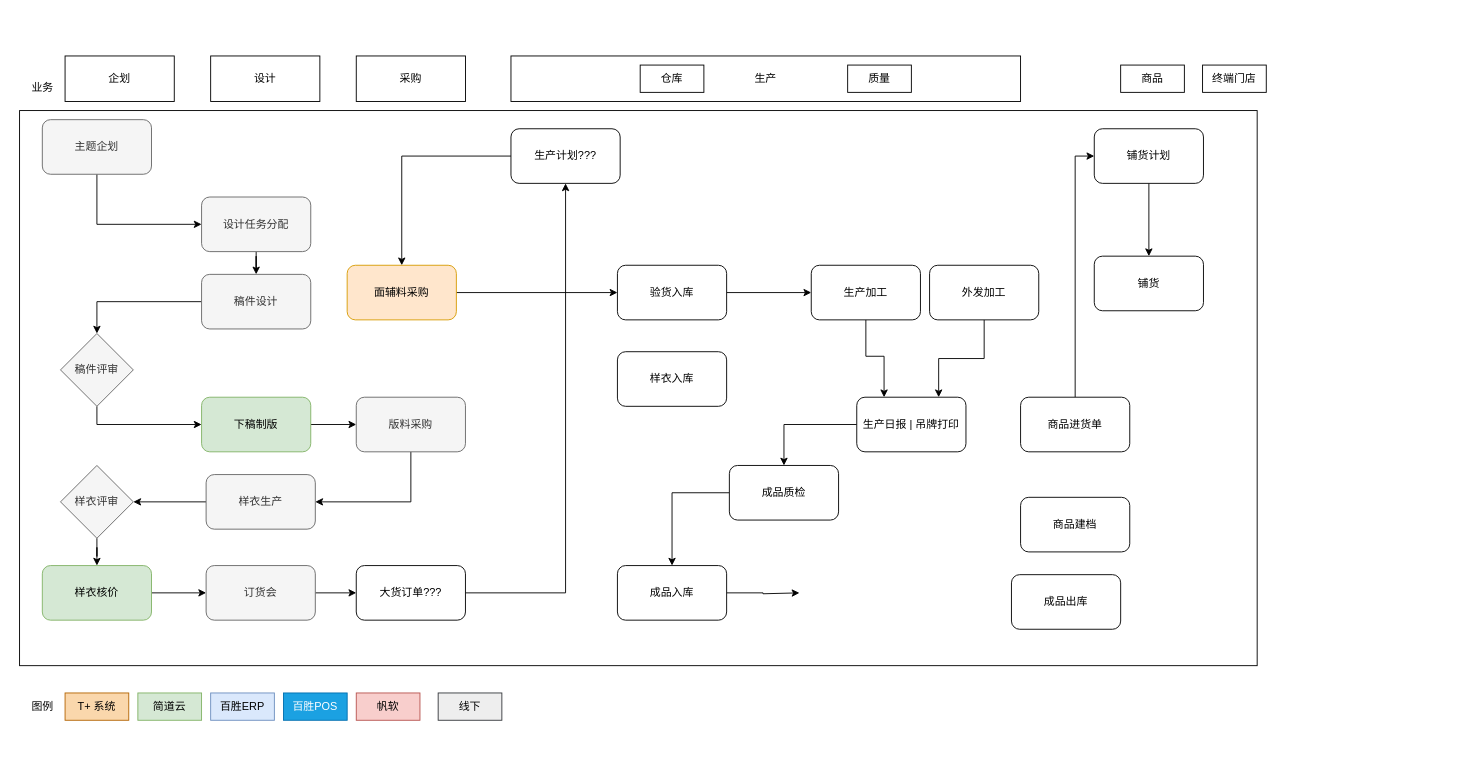
The draw.io diagram IT 系统状况.drawio in leonhard1Q84/leonhard1Q84.github.io, before the edit. Source tidied: cells renumbered, new cells numbered last; positions are measured from the earlier drawing's top-left corner, leaving out a move shared by most shapes. Both pictures are drawn from the tidied source at 91%, with x=0, y=0 at pixel (19, 56).
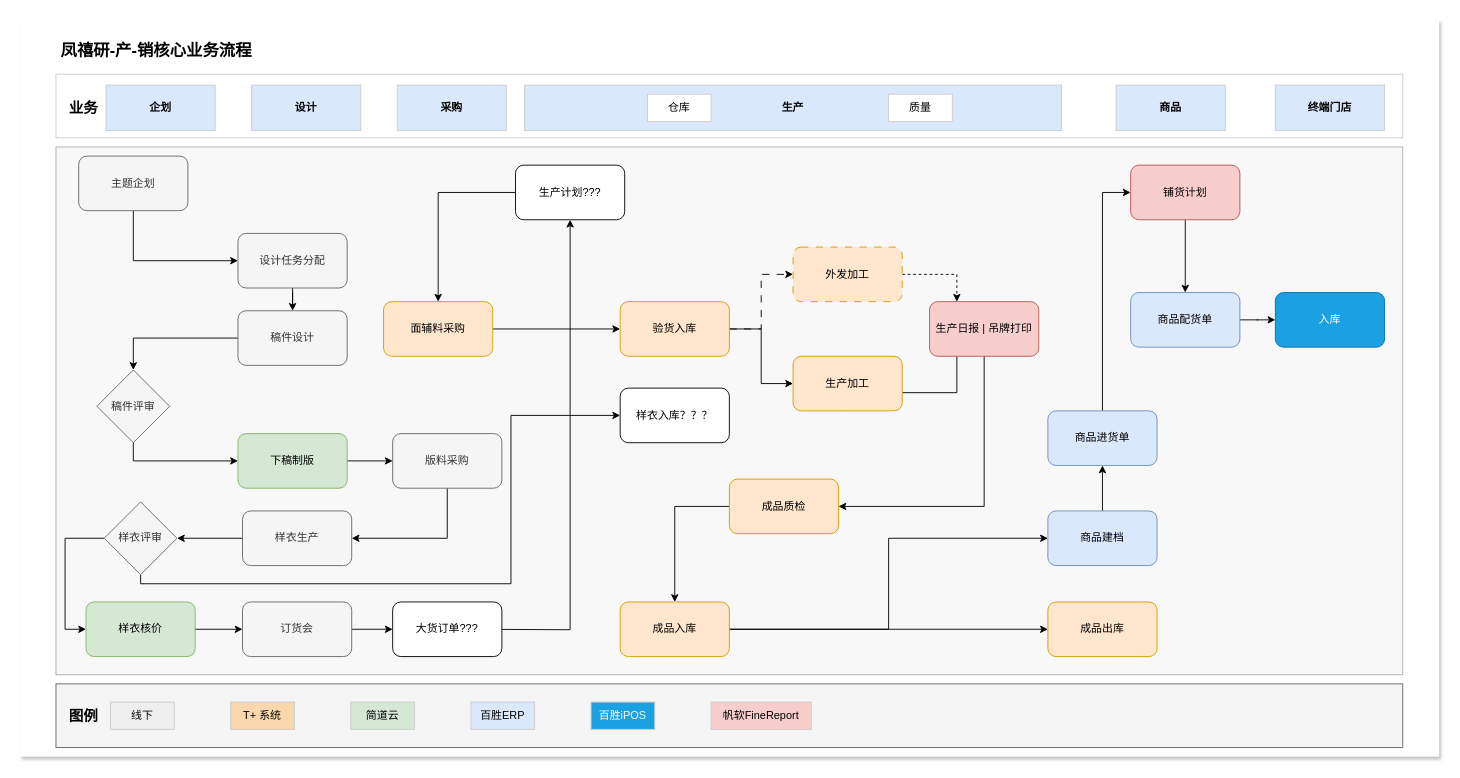
The same page after the edit.

Commit message (it also covers changes not shown here):
更新IT 系统状况.drawio

The edit, as a diff of the source:
```diff
@@
-    <mxCell id="2" style="rounded=0;whiteSpace=wrap;html=1;" parent="1" vertex="1">
-      <mxGeometry y="60" width="1360" height="610" as="geometry" />
-    </mxCell>
-    <mxCell id="3" value="图例" style="text;html=1;align=center;verticalAlign=middle;strokeColor=none;fillColor=none;" parent="1" vertex="1">
-      <mxGeometry y="700" width="50" height="30" as="geometry" />
-    </mxCell>
-    <mxCell id="4" value="T+ 系统" style="rounded=0;whiteSpace=wrap;html=1;fillColor=#fad7ac;strokeColor=#b46504;" parent="1" vertex="1">
-      <mxGeometry x="50" y="700" width="70" height="30" as="geometry" />
-    </mxCell>
-    <mxCell id="5" value="简道云" style="rounded=0;whiteSpace=wrap;html=1;fillColor=#d5e8d4;strokeColor=#82b366;" parent="1" vertex="1">
-      <mxGeometry x="130" y="700" width="70" height="30" as="geometry" />
-    </mxCell>
-    <mxCell id="6" value="百胜ERP" style="rounded=0;whiteSpace=wrap;html=1;fillColor=#dae8fc;strokeColor=#6c8ebf;" parent="1" vertex="1">
-      <mxGeometry x="210" y="700" width="70" height="30" as="geometry" />
-    </mxCell>
-    <mxCell id="7" value="百胜POS" style="rounded=0;whiteSpace=wrap;html=1;fillColor=#1ba1e2;fontColor=#ffffff;strokeColor=#006EAF;" parent="1" vertex="1">
-      <mxGeometry x="290" y="700" width="70" height="30" as="geometry" />
-    </mxCell>
-    <mxCell id="8" value="帆软" style="rounded=0;whiteSpace=wrap;html=1;fillColor=#f8cecc;strokeColor=#b85450;" parent="1" vertex="1">
-      <mxGeometry x="370" y="700" width="70" height="30" as="geometry" />
-    </mxCell>
-    <mxCell id="9" value="企划" style="rounded=0;whiteSpace=wrap;html=1;" parent="1" vertex="1">
-      <mxGeometry x="50" width="120" height="50" as="geometry" />
-    </mxCell>
-    <mxCell id="10" value="业务" style="text;html=1;align=center;verticalAlign=middle;strokeColor=none;fillColor=none;" parent="1" vertex="1">
-      <mxGeometry y="20" width="50" height="30" as="geometry" />
-    </mxCell>
-    <mxCell id="11" value="设计" style="rounded=0;whiteSpace=wrap;html=1;" parent="1" vertex="1">
-      <mxGeometry x="210" width="120" height="50" as="geometry" />
-    </mxCell>
-    <mxCell id="12" value="生产" style="rounded=0;whiteSpace=wrap;html=1;" parent="1" vertex="1">
-      <mxGeometry x="540" width="560" height="50" as="geometry" />
-    </mxCell>
-    <mxCell id="13" value="采购" style="rounded=0;whiteSpace=wrap;html=1;" parent="1" vertex="1">
-      <mxGeometry x="370" width="120" height="50" as="geometry" />
-    </mxCell>
-    <mxCell id="14" value="仓库" style="rounded=0;whiteSpace=wrap;html=1;" parent="1" vertex="1">
-      <mxGeometry x="682" y="10" width="70" height="30" as="geometry" />
-    </mxCell>
-    <mxCell id="15" value="商品" style="rounded=0;whiteSpace=wrap;html=1;" parent="1" vertex="1">
-      <mxGeometry x="1210" y="10" width="70" height="30" as="geometry" />
-    </mxCell>
-    <mxCell id="16" value="终端门店" style="rounded=0;whiteSpace=wrap;html=1;" parent="1" vertex="1">
-      <mxGeometry x="1300" y="10" width="70" height="30" as="geometry" />
-    </mxCell>
+    <mxCell id="65" style="rounded=0;whiteSpace=wrap;html=1;fontColor=default;strokeColor=none;shadow=1;" parent="1" vertex="1">
+      <mxGeometry y="-40" width="1560" height="810" as="geometry" />
+    </mxCell>
+    <mxCell id="66" value="凤禧研-产-销核心业务流程" style="text;html=1;align=center;verticalAlign=middle;strokeColor=none;fillColor=none;fontStyle=1;fontSize=18;" parent="1" vertex="1">
+      <mxGeometry x="35" y="-25" width="230" height="40" as="geometry" />
+    </mxCell>
+    <mxCell id="67" style="rounded=0;whiteSpace=wrap;html=1;strokeColor=#36393d;fillColor=#eeeeee;opacity=40;" parent="1" vertex="1">
+      <mxGeometry x="40" y="100" width="1480" height="580" as="geometry" />
+    </mxCell>
@@
     <mxCell id="18" value="主题企划" style="rounded=1;whiteSpace=wrap;html=1;fillColor=#f5f5f5;fontColor=#333333;strokeColor=#666666;" parent="1" vertex="1">
-      <mxGeometry x="25" y="70" width="120" height="60" as="geometry" />
+      <mxGeometry x="65" y="110" width="120" height="60" as="geometry" />
     </mxCell>
@@
     <mxCell id="20" value="设计任务分配" style="rounded=1;whiteSpace=wrap;html=1;fillColor=#f5f5f5;fontColor=#333333;strokeColor=#666666;" parent="1" vertex="1">
-      <mxGeometry x="200" y="155" width="120" height="60" as="geometry" />
+      <mxGeometry x="240" y="195" width="120" height="60" as="geometry" />
     </mxCell>
-    <mxCell id="21" value="线下" style="rounded=0;whiteSpace=wrap;html=1;fillColor=#eeeeee;strokeColor=#36393d;" parent="1" vertex="1">
-      <mxGeometry x="460" y="700" width="70" height="30" as="geometry" />
-    </mxCell>
@@
     <mxCell id="23" value="稿件设计" style="rounded=1;whiteSpace=wrap;html=1;fillColor=#f5f5f5;fontColor=#333333;strokeColor=#666666;" parent="1" vertex="1">
-      <mxGeometry x="200" y="240" width="120" height="60" as="geometry" />
+      <mxGeometry x="240" y="280" width="120" height="60" as="geometry" />
     </mxCell>
@@
     <mxCell id="25" value="稿件评审" style="rhombus;whiteSpace=wrap;html=1;fillColor=#f5f5f5;fontColor=#333333;strokeColor=#666666;" parent="1" vertex="1">
-      <mxGeometry x="45" y="305" width="80" height="80" as="geometry" />
+      <mxGeometry x="85" y="345" width="80" height="80" as="geometry" />
     </mxCell>
@@
     <mxCell id="27" value="下稿制版" style="rounded=1;whiteSpace=wrap;html=1;fillColor=#d5e8d4;strokeColor=#82b366;" parent="1" vertex="1">
-      <mxGeometry x="200" y="375" width="120" height="60" as="geometry" />
+      <mxGeometry x="240" y="415" width="120" height="60" as="geometry" />
     </mxCell>
@@
     <mxCell id="29" value="版料采购" style="rounded=1;whiteSpace=wrap;html=1;fillColor=#f5f5f5;fontColor=#333333;strokeColor=#666666;" parent="1" vertex="1">
-      <mxGeometry x="370" y="375" width="120" height="60" as="geometry" />
+      <mxGeometry x="410" y="415" width="120" height="60" as="geometry" />
     </mxCell>
@@
     <mxCell id="31" value="样衣生产" style="rounded=1;whiteSpace=wrap;html=1;fillColor=#f5f5f5;fontColor=#333333;strokeColor=#666666;" parent="1" vertex="1">
-      <mxGeometry x="205" y="460" width="120" height="60" as="geometry" />
+      <mxGeometry x="245" y="500" width="120" height="60" as="geometry" />
     </mxCell>
+    <mxCell id="68" style="edgeStyle=orthogonalEdgeStyle;rounded=0;jettySize=auto;html=1;entryX=0;entryY=0.5;entryDx=0;entryDy=0;exitX=0.5;exitY=1;exitDx=0;exitDy=0;" parent="1" edge="1" source="33" target="76">
+      <mxGeometry relative="1" as="geometry">
+        <Array as="points">
+          <mxPoint x="133" y="580" />
+          <mxPoint x="540" y="580" />
+          <mxPoint x="540" y="395" />
+        </Array>
+      </mxGeometry>
+    </mxCell>
-    <mxCell id="32" style="edgeStyle=orthogonalEdgeStyle;rounded=0;jettySize=auto;html=1;" parent="1" edge="1" source="33" target="53">
-      <mxGeometry relative="1" as="geometry" />
+    <mxCell id="32" style="edgeStyle=orthogonalEdgeStyle;rounded=0;jettySize=auto;html=1;entryX=0;entryY=0.5;entryDx=0;entryDy=0;exitX=0;exitY=0.5;exitDx=0;exitDy=0;" parent="1" edge="1" source="33" target="53">
+      <mxGeometry relative="1" as="geometry">
+        <Array as="points">
+          <mxPoint x="50" y="530" />
+          <mxPoint x="50" y="630" />
+        </Array>
+      </mxGeometry>
     </mxCell>
     <mxCell id="33" value="样衣评审" style="rhombus;whiteSpace=wrap;html=1;fillColor=#f5f5f5;fontColor=#333333;strokeColor=#666666;" parent="1" vertex="1">
-      <mxGeometry x="45" y="450" width="80" height="80" as="geometry" />
+      <mxGeometry x="93" y="490" width="80" height="80" as="geometry" />
     </mxCell>
@@
     <mxCell id="35" value="订货会" style="rounded=1;whiteSpace=wrap;html=1;fillColor=#f5f5f5;fontColor=#333333;strokeColor=#666666;" parent="1" vertex="1">
-      <mxGeometry x="205" y="560" width="120" height="60" as="geometry" />
+      <mxGeometry x="245" y="600" width="120" height="60" as="geometry" />
     </mxCell>
-    <mxCell id="36" style="edgeStyle=orthogonalEdgeStyle;rounded=0;jettySize=auto;html=1;entryX=0.5;entryY=1;entryDx=0;entryDy=0;" parent="1" edge="1" source="37" target="57">
-      <mxGeometry relative="1" as="geometry" />
-    </mxCell>
+    <mxCell id="69" style="edgeStyle=orthogonalEdgeStyle;rounded=0;jettySize=auto;html=1;entryX=0.5;entryY=1;entryDx=0;entryDy=0;" parent="1" edge="1" target="57">
+      <mxGeometry relative="1" as="geometry">
+        <mxPoint x="495" y="630" as="sourcePoint" />
+      </mxGeometry>
+    </mxCell>
     <mxCell id="37" value="大货订单???" style="rounded=1;whiteSpace=wrap;html=1;" parent="1" vertex="1">
-      <mxGeometry x="370" y="560" width="120" height="60" as="geometry" />
+      <mxGeometry x="410" y="600" width="120" height="60" as="geometry" />
     </mxCell>
@@
     <mxCell id="39" value="面辅料采购" style="rounded=1;whiteSpace=wrap;html=1;fillColor=#ffe6cc;strokeColor=#d79b00;" parent="1" vertex="1">
-      <mxGeometry x="360" y="230" width="120" height="60" as="geometry" />
+      <mxGeometry x="400" y="270" width="120" height="60" as="geometry" />
     </mxCell>
@@
+    <mxCell id="70" style="edgeStyle=orthogonalEdgeStyle;rounded=0;jettySize=auto;html=1;dashed=1;dashPattern=8 8;" parent="1" edge="1" source="41" target="45">
+      <mxGeometry relative="1" as="geometry" />
+    </mxCell>
-    <mxCell id="41" value="验货入库" style="rounded=1;whiteSpace=wrap;html=1;" parent="1" vertex="1">
-      <mxGeometry x="657" y="230" width="120" height="60" as="geometry" />
+    <mxCell id="41" value="验货入库" style="rounded=1;whiteSpace=wrap;html=1;fillColor=#ffe6cc;strokeColor=#d79b00;" parent="1" vertex="1">
+      <mxGeometry x="660" y="270" width="120" height="60" as="geometry" />
     </mxCell>
     <mxCell id="42" style="edgeStyle=orthogonalEdgeStyle;rounded=0;jettySize=auto;html=1;exitX=0.5;exitY=1;exitDx=0;exitDy=0;entryX=0.25;entryY=0;entryDx=0;entryDy=0;" parent="1" edge="1" source="43" target="60">
       <mxGeometry relative="1" as="geometry">
         <Array as="points">
-          <mxPoint x="930" y="330" />
-          <mxPoint x="950" y="330" />
+          <mxPoint x="970" y="370" />
+          <mxPoint x="990" y="370" />
         </Array>
       </mxGeometry>
     </mxCell>
-    <mxCell id="43" value="生产加工" style="rounded=1;whiteSpace=wrap;html=1;" parent="1" vertex="1">
-      <mxGeometry x="870" y="230" width="120" height="60" as="geometry" />
+    <mxCell id="43" value="生产加工" style="rounded=1;whiteSpace=wrap;html=1;fillColor=#ffe6cc;strokeColor=#d79b00;" parent="1" vertex="1">
+      <mxGeometry x="850" y="330" width="120" height="60" as="geometry" />
     </mxCell>
-    <mxCell id="44" style="edgeStyle=orthogonalEdgeStyle;rounded=0;jettySize=auto;html=1;entryX=0.75;entryY=0;entryDx=0;entryDy=0;" parent="1" edge="1" source="45" target="60">
+    <mxCell id="44" style="edgeStyle=orthogonalEdgeStyle;rounded=0;jettySize=auto;html=1;entryX=0.25;entryY=0;entryDx=0;entryDy=0;dashed=1;" parent="1" edge="1" source="45" target="60">
       <mxGeometry relative="1" as="geometry" />
     </mxCell>
-    <mxCell id="45" value="外发加工" style="rounded=1;whiteSpace=wrap;html=1;" parent="1" vertex="1">
-      <mxGeometry x="1000" y="230" width="120" height="60" as="geometry" />
+    <mxCell id="45" value="外发加工" style="rounded=1;whiteSpace=wrap;html=1;fillColor=#ffe6cc;strokeColor=#d79b00;dashed=1;dashPattern=8 8;" parent="1" vertex="1">
+      <mxGeometry x="850" y="210" width="120" height="60" as="geometry" />
     </mxCell>
-    <mxCell id="46" style="edgeStyle=orthogonalEdgeStyle;rounded=0;jettySize=auto;html=1;" parent="1" edge="1" source="47" target="55">
+    <mxCell id="46" style="edgeStyle=orthogonalEdgeStyle;rounded=0;jettySize=auto;html=1;exitX=0;exitY=0.5;exitDx=0;exitDy=0;" parent="1" edge="1" source="47" target="55">
       <mxGeometry relative="1" as="geometry" />
     </mxCell>
-    <mxCell id="47" value="成品质检" style="rounded=1;whiteSpace=wrap;html=1;" parent="1" vertex="1">
-      <mxGeometry x="780" y="450" width="120" height="60" as="geometry" />
+    <mxCell id="47" value="成品质检" style="rounded=1;whiteSpace=wrap;html=1;fillColor=#ffe6cc;strokeColor=#d79b00;" parent="1" vertex="1">
+      <mxGeometry x="780" y="465" width="120" height="60" as="geometry" />
     </mxCell>
@@
-    <mxCell id="49" value="商品进货单" style="rounded=1;whiteSpace=wrap;html=1;" parent="1" vertex="1">
-      <mxGeometry x="1100" y="375" width="120" height="60" as="geometry" />
+    <mxCell id="49" value="商品进货单" style="rounded=1;whiteSpace=wrap;html=1;fillColor=#dae8fc;strokeColor=#6c8ebf;" parent="1" vertex="1">
+      <mxGeometry x="1130" y="390" width="120" height="60" as="geometry" />
     </mxCell>
-    <mxCell id="50" style="edgeStyle=orthogonalEdgeStyle;rounded=0;jettySize=auto;html=1;" parent="1" edge="1" source="51" target="58">
-      <mxGeometry relative="1" as="geometry" />
-    </mxCell>
+    <mxCell id="71" style="edgeStyle=orthogonalEdgeStyle;rounded=0;jettySize=auto;html=1;" parent="1" edge="1" source="51" target="75">
+      <mxGeometry relative="1" as="geometry" />
+    </mxCell>
-    <mxCell id="51" value="铺货计划" style="rounded=1;whiteSpace=wrap;html=1;" parent="1" vertex="1">
-      <mxGeometry x="1181" y="80" width="120" height="60" as="geometry" />
+    <mxCell id="51" value="铺货计划" style="rounded=1;whiteSpace=wrap;html=1;fillColor=#f8cecc;strokeColor=#b85450;" parent="1" vertex="1">
+      <mxGeometry x="1221" y="120" width="120" height="60" as="geometry" />
     </mxCell>
@@
     <mxCell id="53" value="样衣核价" style="rounded=1;whiteSpace=wrap;html=1;fillColor=#d5e8d4;strokeColor=#82b366;" parent="1" vertex="1">
-      <mxGeometry x="25" y="560" width="120" height="60" as="geometry" />
+      <mxGeometry x="73" y="600" width="120" height="60" as="geometry" />
     </mxCell>
-    <mxCell id="54" style="edgeStyle=orthogonalEdgeStyle;rounded=0;jettySize=auto;html=1;" parent="1" edge="1" source="55">
-      <mxGeometry relative="1" as="geometry">
-        <mxPoint x="857" y="590" as="targetPoint" />
-        <Array as="points">
-          <mxPoint x="817" y="590" />
-          <mxPoint x="857" y="591" />
-        </Array>
-      </mxGeometry>
-    </mxCell>
+    <mxCell id="72" style="edgeStyle=orthogonalEdgeStyle;rounded=0;jettySize=auto;html=1;entryX=0;entryY=0.5;entryDx=0;entryDy=0;" parent="1" edge="1" source="55" target="64">
+      <mxGeometry relative="1" as="geometry" />
+    </mxCell>
+    <mxCell id="73" style="edgeStyle=orthogonalEdgeStyle;rounded=0;jettySize=auto;html=1;" parent="1" edge="1" source="55" target="62">
+      <mxGeometry relative="1" as="geometry" />
+    </mxCell>
-    <mxCell id="55" value="成品入库" style="rounded=1;whiteSpace=wrap;html=1;" parent="1" vertex="1">
-      <mxGeometry x="657" y="560" width="120" height="60" as="geometry" />
+    <mxCell id="55" value="成品入库" style="rounded=1;whiteSpace=wrap;html=1;fillColor=#ffe6cc;strokeColor=#d79b00;" parent="1" vertex="1">
+      <mxGeometry x="660" y="600" width="120" height="60" as="geometry" />
     </mxCell>
@@
     <mxCell id="57" value="生产计划???" style="rounded=1;whiteSpace=wrap;html=1;" parent="1" vertex="1">
-      <mxGeometry x="540" y="80" width="120" height="60" as="geometry" />
+      <mxGeometry x="545" y="120" width="120" height="60" as="geometry" />
     </mxCell>
-    <mxCell id="58" value="铺货" style="rounded=1;whiteSpace=wrap;html=1;" parent="1" vertex="1">
-      <mxGeometry x="1181" y="220" width="120" height="60" as="geometry" />
-    </mxCell>
+    <mxCell id="74" style="edgeStyle=orthogonalEdgeStyle;rounded=0;jettySize=auto;html=1;" parent="1" edge="1" source="75" target="78">
+      <mxGeometry relative="1" as="geometry" />
+    </mxCell>
+    <mxCell id="75" value="商品配货单" style="rounded=1;whiteSpace=wrap;html=1;fillColor=#dae8fc;strokeColor=#6c8ebf;" parent="1" vertex="1">
+      <mxGeometry x="1221" y="260" width="120" height="60" as="geometry" />
+    </mxCell>
-    <mxCell id="59" style="edgeStyle=orthogonalEdgeStyle;rounded=0;jettySize=auto;html=1;" parent="1" edge="1" source="60" target="47">
+    <mxCell id="59" style="edgeStyle=orthogonalEdgeStyle;rounded=0;jettySize=auto;html=1;entryX=1;entryY=0.5;entryDx=0;entryDy=0;exitX=0.5;exitY=1;exitDx=0;exitDy=0;" parent="1" edge="1" source="60" target="47">
       <mxGeometry relative="1" as="geometry" />
     </mxCell>
-    <mxCell id="60" value="生产日报 | 吊牌打印" style="rounded=1;whiteSpace=wrap;html=1;" parent="1" vertex="1">
-      <mxGeometry x="920" y="375" width="120" height="60" as="geometry" />
+    <mxCell id="60" value="生产日报 | 吊牌打印" style="rounded=1;whiteSpace=wrap;html=1;fillColor=#f8cecc;strokeColor=#b85450;" parent="1" vertex="1">
+      <mxGeometry x="1000" y="270" width="120" height="60" as="geometry" />
     </mxCell>
-    <mxCell id="61" value="样衣入库" style="rounded=1;whiteSpace=wrap;html=1;" parent="1" vertex="1">
-      <mxGeometry x="657" y="325" width="120" height="60" as="geometry" />
-    </mxCell>
+    <mxCell id="76" value="样衣入库？？？" style="rounded=1;whiteSpace=wrap;html=1;" parent="1" vertex="1">
+      <mxGeometry x="660" y="365" width="120" height="60" as="geometry" />
+    </mxCell>
-    <mxCell id="62" value="成品出库" style="rounded=1;whiteSpace=wrap;html=1;" parent="1" vertex="1">
-      <mxGeometry x="1090" y="570" width="120" height="60" as="geometry" />
+    <mxCell id="62" value="成品出库" style="rounded=1;whiteSpace=wrap;html=1;fillColor=#ffe6cc;strokeColor=#d79b00;" parent="1" vertex="1">
+      <mxGeometry x="1130" y="600" width="120" height="60" as="geometry" />
     </mxCell>
+    <mxCell id="77" style="edgeStyle=orthogonalEdgeStyle;rounded=0;jettySize=auto;html=1;" parent="1" edge="1" source="64" target="49">
+      <mxGeometry relative="1" as="geometry" />
+    </mxCell>
+    <mxCell id="64" value="商品建档" style="rounded=1;whiteSpace=wrap;html=1;fillColor=#dae8fc;strokeColor=#6c8ebf;" parent="1" vertex="1">
+      <mxGeometry x="1130" y="500" width="120" height="60" as="geometry" />
+    </mxCell>
+    <mxCell id="78" value="入库" style="rounded=1;whiteSpace=wrap;html=1;fillColor=#1ba1e2;strokeColor=#006EAF;fontColor=#ffffff;" parent="1" vertex="1">
+      <mxGeometry x="1380" y="260" width="120" height="60" as="geometry" />
+    </mxCell>
+    <mxCell id="79" style="rounded=0;whiteSpace=wrap;html=1;strokeColor=#CCCCCC;" parent="1" vertex="1">
+      <mxGeometry x="40" y="20" width="1480" height="70" as="geometry" />
+    </mxCell>
+    <mxCell id="9" value="企划" style="rounded=0;whiteSpace=wrap;html=1;fontStyle=1;fillColor=#dae8fc;strokeColor=#CCCCCC;" parent="1" vertex="1">
+      <mxGeometry x="95" y="32" width="120" height="50" as="geometry" />
+    </mxCell>
+    <mxCell id="10" value="业务" style="text;html=1;align=center;verticalAlign=middle;strokeColor=none;fillColor=none;fontSize=16;fontStyle=1;" parent="1" vertex="1">
+      <mxGeometry x="40" y="42" width="60" height="30" as="geometry" />
+    </mxCell>
+    <mxCell id="11" value="设计" style="rounded=0;whiteSpace=wrap;html=1;fontStyle=1;fillColor=#dae8fc;strokeColor=#CCCCCC;" parent="1" vertex="1">
+      <mxGeometry x="255" y="32" width="120" height="50" as="geometry" />
+    </mxCell>
+    <mxCell id="12" value="生产" style="rounded=0;whiteSpace=wrap;html=1;fontStyle=1;fillColor=#dae8fc;strokeColor=#CCCCCC;" parent="1" vertex="1">
+      <mxGeometry x="555" y="32" width="590" height="50" as="geometry" />
+    </mxCell>
+    <mxCell id="13" value="采购" style="rounded=0;whiteSpace=wrap;html=1;fontStyle=1;fillColor=#dae8fc;strokeColor=#CCCCCC;" parent="1" vertex="1">
+      <mxGeometry x="415" y="32" width="120" height="50" as="geometry" />
+    </mxCell>
+    <mxCell id="14" value="仓库" style="rounded=0;whiteSpace=wrap;html=1;strokeColor=#CCCCCC;" parent="1" vertex="1">
+      <mxGeometry x="690" y="42" width="70" height="30" as="geometry" />
+    </mxCell>
+    <mxCell id="15" value="商品" style="rounded=0;whiteSpace=wrap;html=1;fontStyle=1;fillColor=#dae8fc;strokeColor=#CCCCCC;" parent="1" vertex="1">
+      <mxGeometry x="1205" y="32" width="120" height="50" as="geometry" />
+    </mxCell>
+    <mxCell id="16" value="终端门店" style="rounded=0;whiteSpace=wrap;html=1;fontStyle=1;fillColor=#dae8fc;strokeColor=#CCCCCC;" parent="1" vertex="1">
+      <mxGeometry x="1380" y="32" width="120" height="50" as="geometry" />
+    </mxCell>
-    <mxCell id="63" value="质量" style="rounded=0;whiteSpace=wrap;html=1;" parent="1" vertex="1">
-      <mxGeometry x="910" y="10" width="70" height="30" as="geometry" />
+    <mxCell id="63" value="质量" style="rounded=0;whiteSpace=wrap;html=1;strokeColor=#CCCCCC;" parent="1" vertex="1">
+      <mxGeometry x="955" y="42" width="70" height="30" as="geometry" />
     </mxCell>
-    <mxCell id="64" value="商品建档" style="rounded=1;whiteSpace=wrap;html=1;" parent="1" vertex="1">
-      <mxGeometry x="1100" y="485" width="120" height="60" as="geometry" />
-    </mxCell>
+    <mxCell id="80" style="rounded=0;whiteSpace=wrap;html=1;strokeColor=#666666;fillColor=#f5f5f5;gradientColor=none;" parent="1" vertex="1">
+      <mxGeometry x="40" y="690" width="1480" height="70" as="geometry" />
+    </mxCell>
+    <mxCell id="3" value="图例" style="text;html=1;align=center;verticalAlign=middle;strokeColor=none;fillColor=none;fontSize=16;fontStyle=1;" parent="1" vertex="1">
+      <mxGeometry x="40" y="710" width="60" height="30" as="geometry" />
+    </mxCell>
+    <mxCell id="4" value="T+ 系统" style="rounded=0;whiteSpace=wrap;html=1;fillColor=#fad7ac;strokeColor=#CCCCCC;" parent="1" vertex="1">
+      <mxGeometry x="232" y="710" width="70" height="30" as="geometry" />
+    </mxCell>
+    <mxCell id="5" value="简道云" style="rounded=0;whiteSpace=wrap;html=1;fillColor=#d5e8d4;strokeColor=#CCCCCC;" parent="1" vertex="1">
+      <mxGeometry x="364" y="710" width="70" height="30" as="geometry" />
+    </mxCell>
+    <mxCell id="6" value="百胜ERP" style="rounded=0;whiteSpace=wrap;html=1;fillColor=#dae8fc;strokeColor=#CCCCCC;" parent="1" vertex="1">
+      <mxGeometry x="496" y="710" width="70" height="30" as="geometry" />
+    </mxCell>
+    <mxCell id="81" value="百胜iPOS" style="rounded=0;whiteSpace=wrap;html=1;fillColor=#1ba1e2;fontColor=#ffffff;strokeColor=#CCCCCC;" parent="1" vertex="1">
+      <mxGeometry x="628" y="710" width="70" height="30" as="geometry" />
+    </mxCell>
+    <mxCell id="82" value="帆软FineReport" style="rounded=0;whiteSpace=wrap;html=1;fillColor=#f8cecc;strokeColor=#CCCCCC;" parent="1" vertex="1">
+      <mxGeometry x="760" y="710" width="110" height="30" as="geometry" />
+    </mxCell>
+    <mxCell id="21" value="线下" style="rounded=0;whiteSpace=wrap;html=1;fillColor=#eeeeee;strokeColor=#CCCCCC;" parent="1" vertex="1">
+      <mxGeometry x="100" y="710" width="70" height="30" as="geometry" />
+    </mxCell>
```
